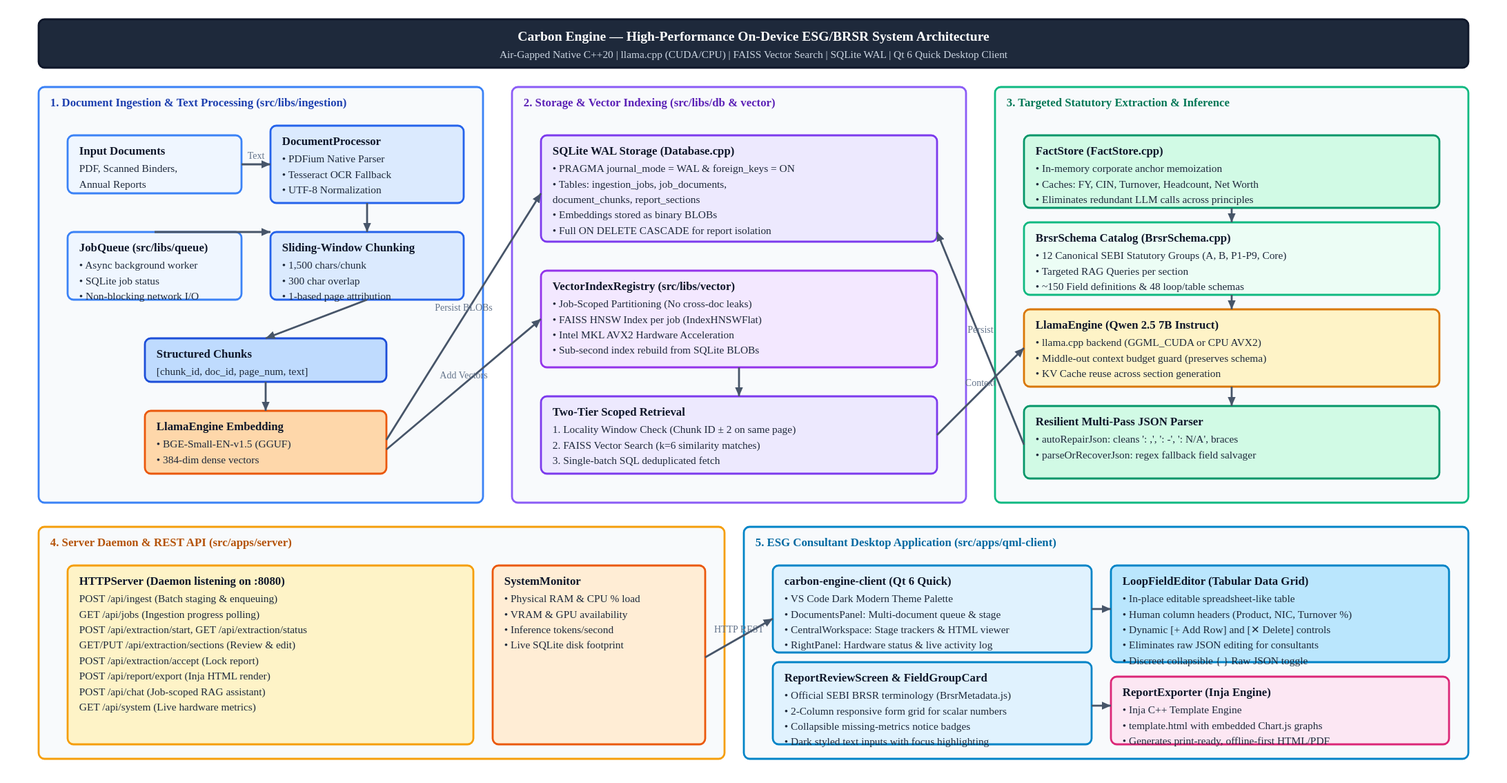
carbonservices/carbon-engine keeps this draw.io diagram as docs/architecture.drawio.svg. Above is the earlier version. Source tidied: cells renumbered, new cells last; positions are measured from the earlier drawing's top-left corner, leaving out a move shared by most shapes.
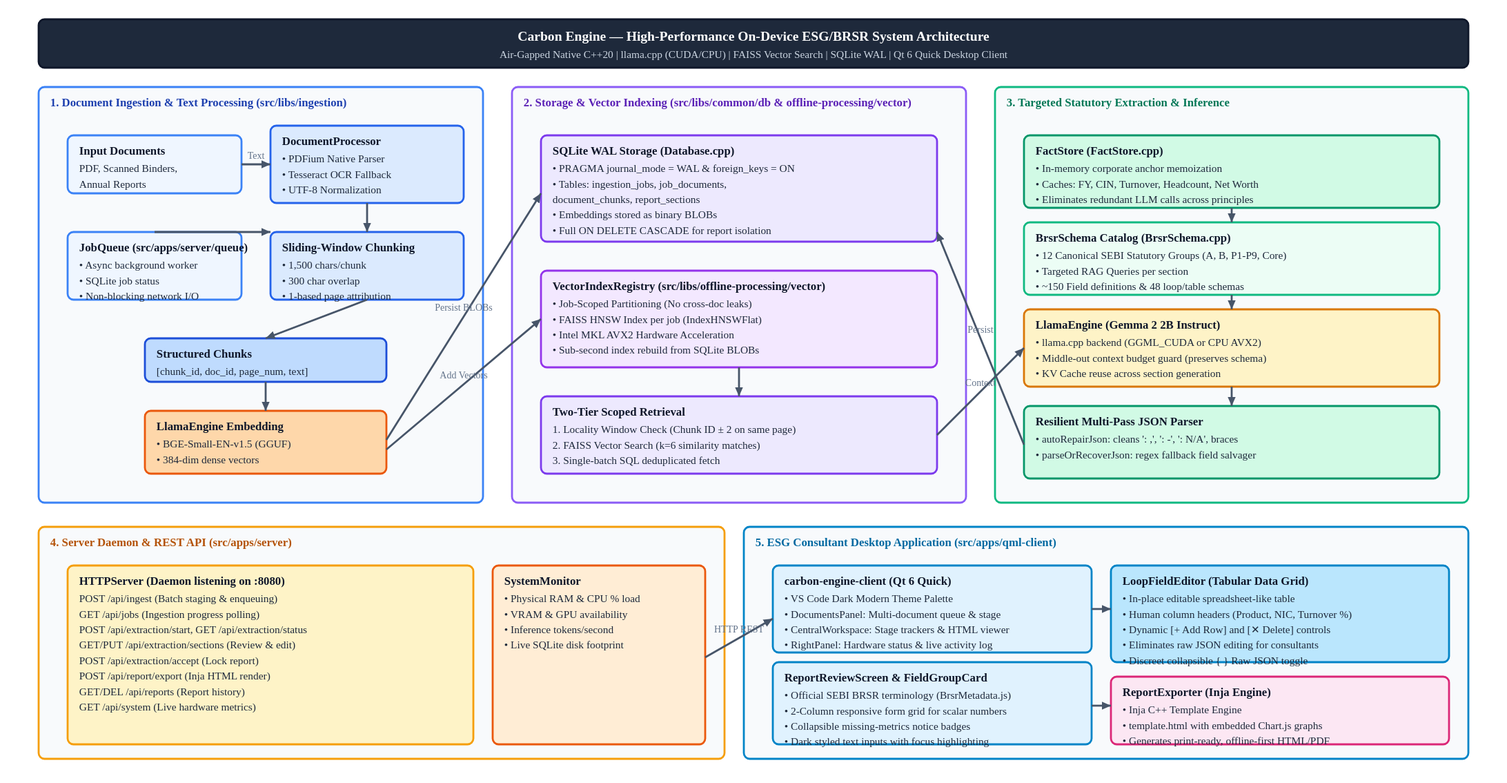
After the change.

Diff of the diagram source:
```diff
@@ -17,7 +17,7 @@
     <mxCell id="6" value="Sliding-Window Chunking&lt;br&gt;- 1,500 chars/chunk&lt;br&gt;- 300 char overlap window&lt;br&gt;- 1-based page attribution" style="rounded=1;whiteSpace=wrap;html=1;fillColor=#dbeafe;strokeColor=#2563eb;fontColor=#1e3a8a;fontSize=11;align=left;spacingLeft=8;" parent="1" vertex="1">
       <mxGeometry x="240" y="220" width="200" height="70" as="geometry" />
     </mxCell>
-    <mxCell id="7" value="JobQueue (src/libs/queue)&lt;br&gt;- Async background worker&lt;br&gt;- SQLite backed job status&lt;br&gt;- Non-blocking network I/O" style="rounded=1;whiteSpace=wrap;html=1;fillColor=#eff6ff;strokeColor=#3b82f6;fontColor=#1e3a8a;fontSize=11;align=left;spacingLeft=8;" parent="1" vertex="1">
+    <mxCell id="7" value="JobQueue (src/apps/server/queue)&lt;br&gt;- Async background worker&lt;br&gt;- SQLite backed job status&lt;br&gt;- Non-blocking network I/O" style="rounded=1;whiteSpace=wrap;html=1;fillColor=#eff6ff;strokeColor=#3b82f6;fontColor=#1e3a8a;fontSize=11;align=left;spacingLeft=8;" parent="1" vertex="1">
       <mxGeometry x="30" y="220" width="180" height="70" as="geometry" />
     </mxCell>
     <mxCell id="8" value="Structured Chunks&lt;br&gt;[chunk_id, doc_id, page_num, text]" style="rounded=1;whiteSpace=wrap;html=1;fillColor=#bfdbfe;strokeColor=#1d4ed8;fontColor=#1e3a8a;fontStyle=1;fontSize=11;align=center;" parent="1" vertex="1">
@@ -26,19 +26,19 @@
     <mxCell id="9" value="LlamaEngine Embedding Worker&lt;br&gt;- BGE-Small-EN-v1.5 (GGUF)&lt;br&gt;- 384-dimensional dense vectors" style="rounded=1;whiteSpace=wrap;html=1;fillColor=#fed7aa;strokeColor=#ea580c;fontColor=#7c2d12;fontStyle=1;fontSize=11;align=center;" parent="1" vertex="1">
       <mxGeometry x="110" y="405" width="250" height="65" as="geometry" />
     </mxCell>
-    <mxCell id="10" value="2. Storage &amp; Vector Indexing (src/libs/db &amp; src/libs/vector)" style="rounded=1;whiteSpace=wrap;html=1;fillColor=#f8fafc;strokeColor=#8b5cf6;strokeWidth=2;fontColor=#5b21b6;fontStyle=1;fontSize=13;verticalAlign=top;align=left;spacingLeft=15;spacingTop=10;" parent="1" vertex="1">
+    <mxCell id="10" value="2. Storage &amp; Vector Indexing (src/libs/common/db &amp; src/libs/offline-processing/vector)" style="rounded=1;whiteSpace=wrap;html=1;fillColor=#f8fafc;strokeColor=#8b5cf6;strokeWidth=2;fontColor=#5b21b6;fontStyle=1;fontSize=13;verticalAlign=top;align=left;spacingLeft=15;spacingTop=10;" parent="1" vertex="1">
       <mxGeometry x="490" y="70" width="470" height="430" as="geometry" />
     </mxCell>
     <mxCell id="11" value="SQLite WAL Storage (Database.cpp)&lt;br&gt;- PRAGMA journal_mode = WAL&lt;br&gt;- PRAGMA foreign_keys = ON&lt;br&gt;- Tables: ingestion_jobs, job_documents,&lt;br&gt;  document_chunks, report_sections&lt;br&gt;- Embeddings stored as binary BLOBs&lt;br&gt;- ON DELETE CASCADE for report isolation" style="shape=cylinder;whiteSpace=wrap;html=1;fillColor=#ede9fe;strokeColor=#7c3aed;fontColor=#4c1d95;fontStyle=1;fontSize=11;align=left;spacingLeft=15;" parent="1" vertex="1">
       <mxGeometry x="520" y="120" width="410" height="110" as="geometry" />
     </mxCell>
-    <mxCell id="12" value="VectorIndexRegistry (src/libs/vector)&lt;br&gt;- Job-Scoped Partitioning (No cross-doc contamination)&lt;br&gt;- FAISS HNSW Index per job (IndexHNSWFlat)&lt;br&gt;- Intel MKL AVX2 Hardware Acceleration&lt;br&gt;- Sub-second index rebuild from SQLite BLOBs on boot" style="rounded=1;whiteSpace=wrap;html=1;fillColor=#f3e8ff;strokeColor=#9333ea;fontColor=#581c87;fontSize=11;align=left;spacingLeft=12;fontStyle=1;" parent="1" vertex="1">
+    <mxCell id="12" value="VectorIndexRegistry (src/libs/offline-processing/vector)&lt;br&gt;- Job-Scoped Partitioning (No cross-doc contamination)&lt;br&gt;- FAISS HNSW Index per job (IndexHNSWFlat)&lt;br&gt;- Intel MKL AVX2 Hardware Acceleration&lt;br&gt;- Sub-second index rebuild from SQLite BLOBs on boot" style="rounded=1;whiteSpace=wrap;html=1;fillColor=#f3e8ff;strokeColor=#9333ea;fontColor=#581c87;fontSize=11;align=left;spacingLeft=12;fontStyle=1;" parent="1" vertex="1">
       <mxGeometry x="520" y="260" width="410" height="100" as="geometry" />
     </mxCell>
     <mxCell id="13" value="Two-Tier Scoped Retrieval&lt;br&gt;1. Locality Window Check (Chunk ID ± 2 on same page)&lt;br&gt;2. FAISS Vector Search (k=6 similarity candidates)&lt;br&gt;3. Single-batch SQL deduplicated fetch" style="rounded=1;whiteSpace=wrap;html=1;fillColor=#ede9fe;strokeColor=#7c3aed;fontColor=#4c1d95;fontSize=11;align=left;spacingLeft=12;" parent="1" vertex="1">
       <mxGeometry x="520" y="390" width="410" height="80" as="geometry" />
     </mxCell>
-    <mxCell id="14" value="3. Targeted Statutory Extraction &amp; Inference (src/libs/report &amp; inference)" style="rounded=1;whiteSpace=wrap;html=1;fillColor=#f8fafc;strokeColor=#10b981;strokeWidth=2;fontColor=#047857;fontStyle=1;fontSize=13;verticalAlign=top;align=left;spacingLeft=15;spacingTop=10;" parent="1" vertex="1">
+    <mxCell id="14" value="3. Targeted Statutory Extraction &amp; Inference (src/libs/common/report &amp; offline-processing/inference)" style="rounded=1;whiteSpace=wrap;html=1;fillColor=#f8fafc;strokeColor=#10b981;strokeWidth=2;fontColor=#047857;fontStyle=1;fontSize=13;verticalAlign=top;align=left;spacingLeft=15;spacingTop=10;" parent="1" vertex="1">
       <mxGeometry x="990" y="70" width="490" height="430" as="geometry" />
     </mxCell>
     <mxCell id="15" value="FactStore (FactStore.cpp)&lt;br&gt;- In-memory corporate anchor memoization&lt;br&gt;- Caches: FY, CIN, Turnover, Headcount, Net Worth&lt;br&gt;- Eliminates redundant LLM calls across principles" style="rounded=1;whiteSpace=wrap;html=1;fillColor=#d1fae5;strokeColor=#059669;fontColor=#064e3b;fontStyle=1;fontSize=11;align=left;spacingLeft=12;" parent="1" vertex="1">
@@ -47,16 +47,16 @@
     <mxCell id="16" value="BrsrSchema Catalog (BrsrSchema.cpp)&lt;br&gt;- 12 Canonical SEBI Statutory Groups (A, B, P1-P9, Core)&lt;br&gt;- Targeted RAG Queries per section&lt;br&gt;- ~150 Field definitions &amp; 48 loop/table schemas" style="rounded=1;whiteSpace=wrap;html=1;fillColor=#ecfdf5;strokeColor=#10b981;fontColor=#064e3b;fontSize=11;align=left;spacingLeft=12;" parent="1" vertex="1">
       <mxGeometry x="1020" y="210" width="430" height="75" as="geometry" />
     </mxCell>
-    <mxCell id="17" value="LlamaEngine (Qwen 2.5 7B Instruct GGUF)&lt;br&gt;- llama.cpp backend (GGML_CUDA or CPU AVX2)&lt;br&gt;- Middle-out context budget guard (preserves schema)&lt;br&gt;- KV Cache reuse across section generation" style="rounded=1;whiteSpace=wrap;html=1;fillColor=#fef3c7;strokeColor=#d97706;fontColor=#78350f;fontStyle=1;fontSize=11;align=left;spacingLeft=12;" parent="1" vertex="1">
+    <mxCell id="17" value="LlamaEngine (Gemma 2 2B Instruct GGUF)&lt;br&gt;- llama.cpp backend (GGML_CUDA or CPU AVX2)&lt;br&gt;- Middle-out context budget guard (preserves schema)&lt;br&gt;- KV Cache reuse across section generation" style="rounded=1;whiteSpace=wrap;html=1;fillColor=#fef3c7;strokeColor=#d97706;fontColor=#78350f;fontStyle=1;fontSize=11;align=left;spacingLeft=12;" parent="1" vertex="1">
       <mxGeometry x="1020" y="300" width="430" height="80" as="geometry" />
     </mxCell>
     <mxCell id="18" value="Resilient Multi-Pass JSON Parser&lt;br&gt;- autoRepairJson: cleans ': ,', ': -', ': N/A', unclosed braces&lt;br&gt;- parseOrRecoverJson: regex fallback field salvager" style="rounded=1;whiteSpace=wrap;html=1;fillColor=#d1fae5;strokeColor=#059669;fontColor=#064e3b;fontSize=11;align=left;spacingLeft=12;" parent="1" vertex="1">
       <mxGeometry x="1020" y="400" width="430" height="75" as="geometry" />
     </mxCell>
-    <mxCell id="19" value="4. Server Daemon &amp; REST API (src/apps/server &amp; src/libs/api)" style="rounded=1;whiteSpace=wrap;html=1;fillColor=#f8fafc;strokeColor=#f59e0b;strokeWidth=2;fontColor=#b45309;fontStyle=1;fontSize=13;verticalAlign=top;align=left;spacingLeft=15;spacingTop=10;" parent="1" vertex="1">
+    <mxCell id="19" value="4. Server Daemon &amp; REST API (src/apps/server &amp; src/apps/server/api)" style="rounded=1;whiteSpace=wrap;html=1;fillColor=#f8fafc;strokeColor=#f59e0b;strokeWidth=2;fontColor=#b45309;fontStyle=1;fontSize=13;verticalAlign=top;align=left;spacingLeft=15;spacingTop=10;" parent="1" vertex="1">
       <mxGeometry y="525" width="710" height="240" as="geometry" />
     </mxCell>
-    <mxCell id="20" value="HTTPServer (src/libs/api/HTTPServer.cpp)&lt;br&gt;Qt HttpServer Daemon listening on http://localhost:8080&lt;br&gt;Endpoints:&lt;br&gt;- POST /api/ingest (Batch staging &amp; enqueuing)&lt;br&gt;- GET  /api/jobs (Ingestion progress polling)&lt;br&gt;- POST /api/extraction/start, GET /api/extraction/status&lt;br&gt;- GET/PUT /api/extraction/sections (Review &amp; edit)&lt;br&gt;- POST /api/extraction/accept (Lock report)&lt;br&gt;- POST /api/report/export (Inja HTML render)&lt;br&gt;- POST /api/chat (Job-scoped RAG assistant)&lt;br&gt;- GET  /api/system (Live hardware metrics)" style="rounded=1;whiteSpace=wrap;html=1;fillColor=#fef3c7;strokeColor=#f59e0b;fontColor=#78350f;fontSize=11;align=left;spacingLeft=12;" parent="1" vertex="1">
+    <mxCell id="20" value="HTTPServer (src/apps/server/api/HTTPServer.cpp)&lt;br&gt;Qt HttpServer Daemon listening on http://localhost:8080&lt;br&gt;Endpoints:&lt;br&gt;- POST /api/ingest (Batch staging &amp; enqueuing)&lt;br&gt;- GET  /api/jobs (Ingestion progress polling)&lt;br&gt;- POST /api/extraction/start, GET /api/extraction/status&lt;br&gt;- GET/PUT /api/extraction/sections (Review &amp; edit)&lt;br&gt;- POST /api/extraction/accept (Lock report)&lt;br&gt;- POST /api/report/export (Inja HTML render)&lt;br&gt;- GET  /api/reports, DELETE /api/reports&lt;br&gt;- GET  /api/system (Live hardware metrics)" style="rounded=1;whiteSpace=wrap;html=1;fillColor=#fef3c7;strokeColor=#f59e0b;fontColor=#78350f;fontSize=11;align=left;spacingLeft=12;" parent="1" vertex="1">
       <mxGeometry x="30" y="565" width="420" height="185" as="geometry" />
     </mxCell>
     <mxCell id="21" value="SystemMonitor (src/libs/system)&lt;br&gt;- Physical RAM &amp; CPU % load&lt;br&gt;- VRAM &amp; GPU availability&lt;br&gt;- Inference tokens/second&lt;br&gt;- Live SQLite database disk size" style="rounded=1;whiteSpace=wrap;html=1;fillColor=#ffedd5;strokeColor=#ea580c;fontColor=#7c2d12;fontSize=11;align=left;spacingLeft=10;" parent="1" vertex="1">
```
